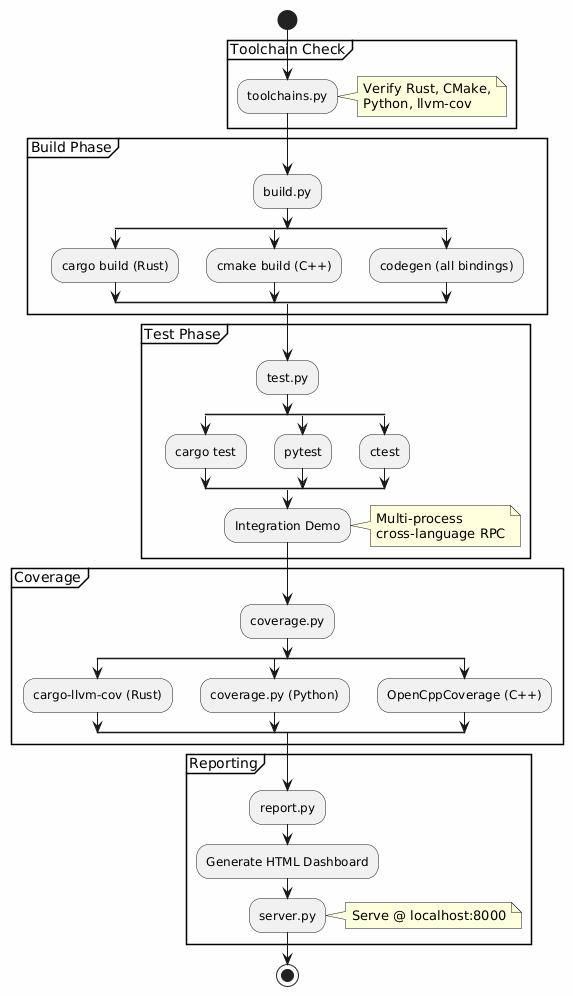
Earlier version of the PlantUML export docs/images/cicd_pipeline.png (arunj123/fusion-hawking).
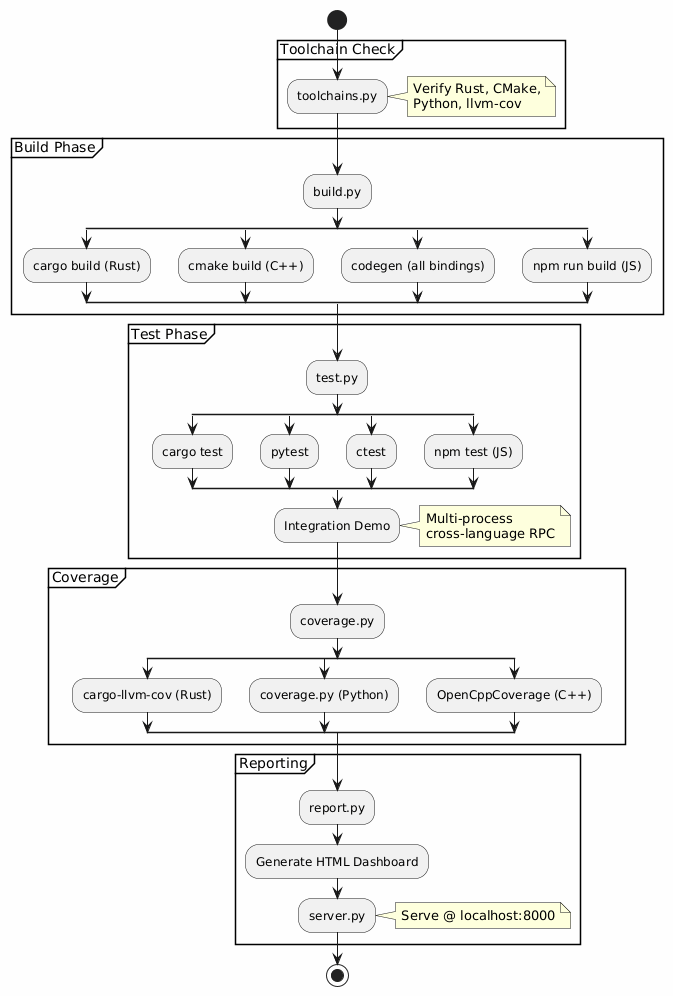
After the commit.

Change to the diagram source:
```diff
@@ -16,7 +16,10 @@
         :cmake build (C++);
     split again
         :codegen (all bindings);
+    split again
+        :npm run build (JS);
     end split
+
 }
 
 partition "Test Phase" {
@@ -27,7 +30,10 @@
         :pytest;
     split again
         :ctest;
+    split again
+        :npm test (JS);
     end split
+
     :Integration Demo;
     note right: Multi-process\ncross-language RPC
 }
```
